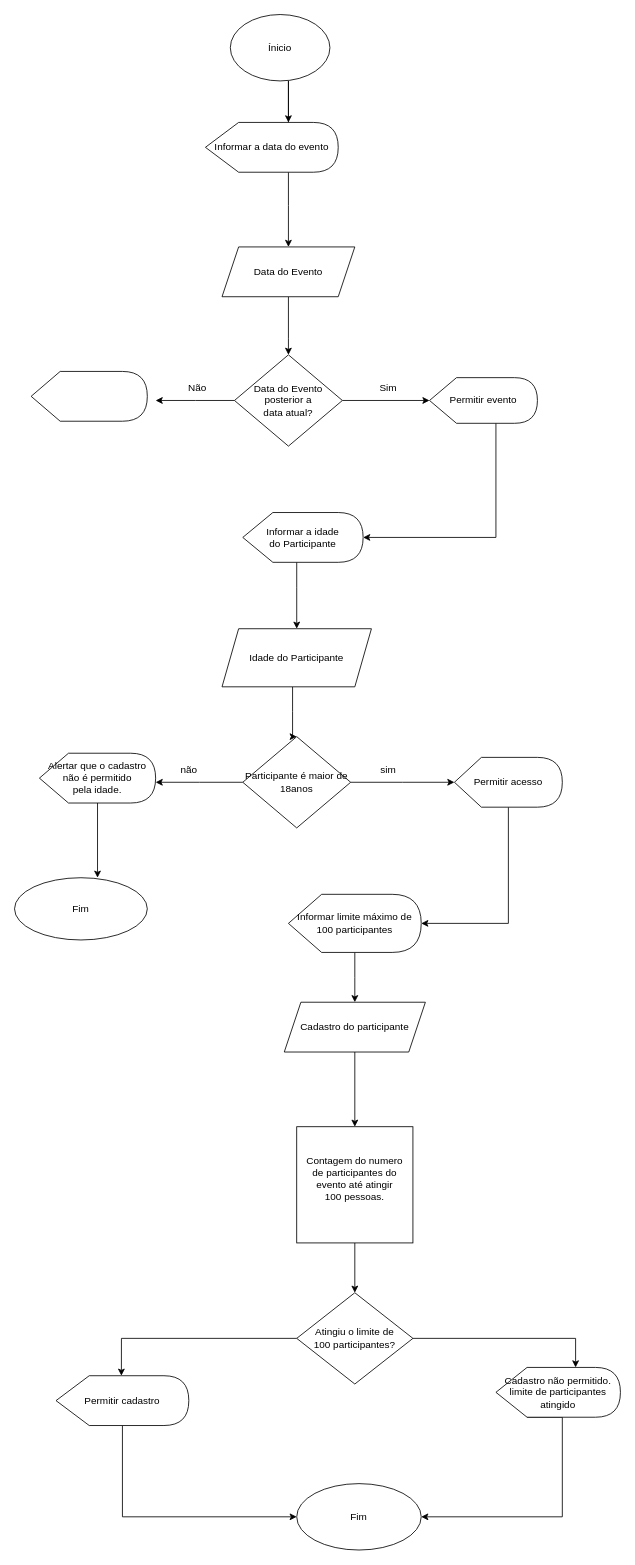
This is Fluxograma de cadastroUC8.drawio from m7dasilva/fluxogramaUC8, a draw.io file, before an edit. Source tidied: cells renumbered, new cells numbered last; positions are measured from the earlier drawing's top-left corner, leaving out a move shared by most shapes. Both pictures are drawn from the tidied source at 83%, with x=0, y=0 at pixel (14, 14).
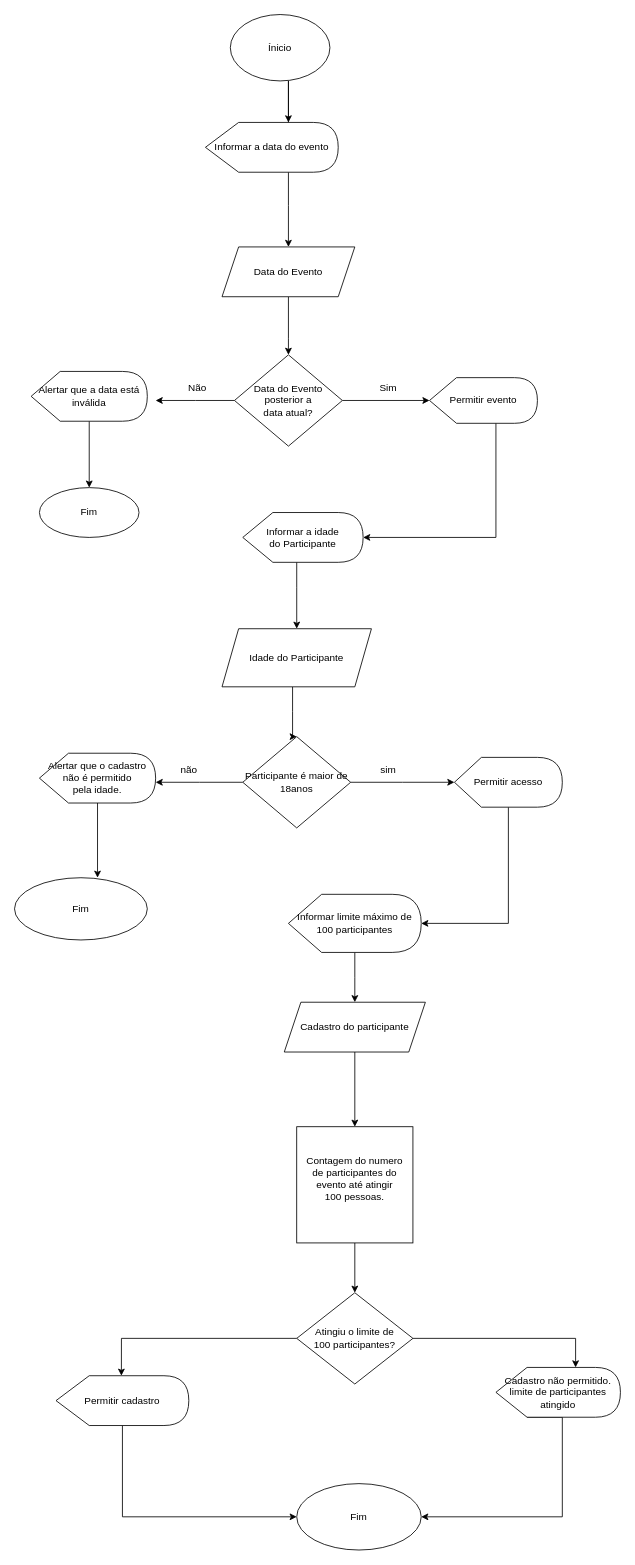
The same diagram, later.

What changed in the source:
```diff
@@
+    <mxCell id="44" style="edgeStyle=orthogonalEdgeStyle;rounded=0;jettySize=auto;html=1;" parent="1" edge="1" source="12" target="45">
+      <mxGeometry relative="1" as="geometry" />
+    </mxCell>
-    <mxCell id="12" style="shape=display;whiteSpace=wrap;html=1;" parent="1" vertex="1">
+    <mxCell id="12" value="&lt;div&gt;Alertar que a data está &lt;br&gt;&lt;/div&gt;&lt;div&gt;inválida&lt;br&gt;&lt;/div&gt;" style="shape=display;whiteSpace=wrap;html=1;" parent="1" vertex="1">
       <mxGeometry x="20" y="430" width="140" height="60" as="geometry" />
     </mxCell>
@@
+    <mxCell id="45" value="Fim" style="ellipse;whiteSpace=wrap;html=1;" parent="1" vertex="1">
+      <mxGeometry x="30" y="570" width="120" height="60" as="geometry" />
+    </mxCell>
```
